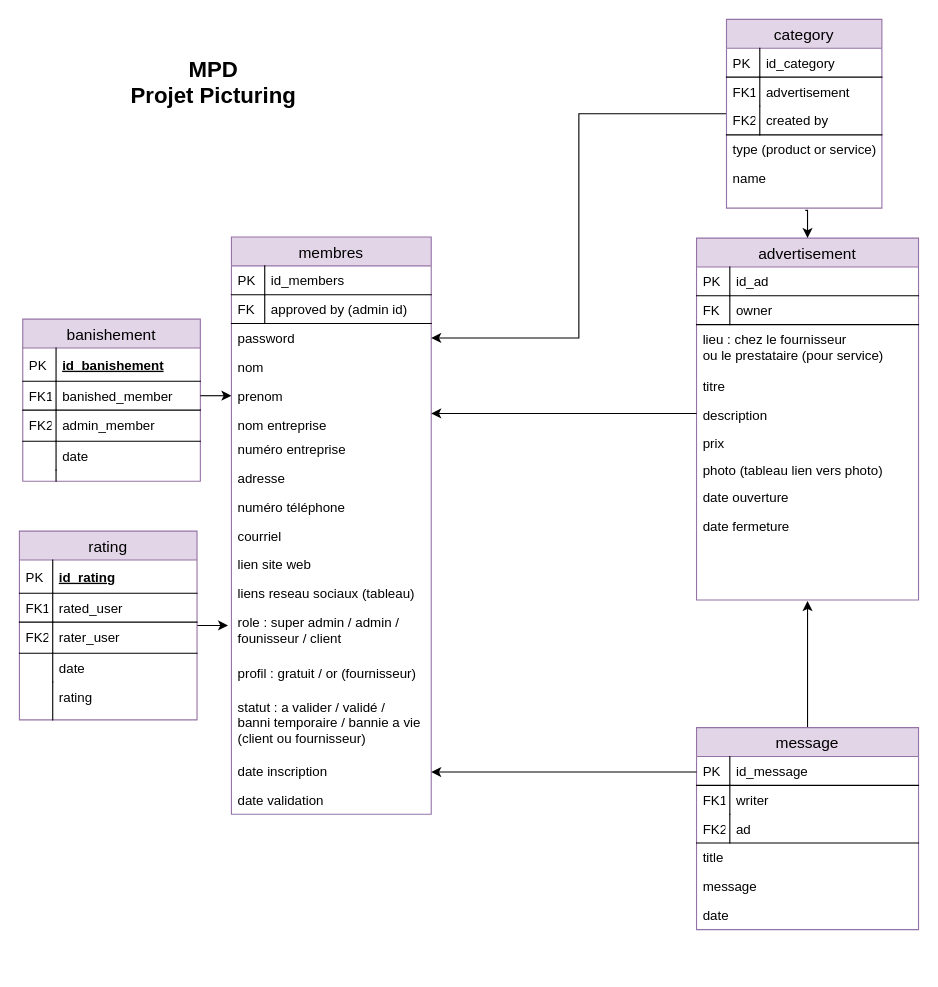
Above: fichiers_projet/database/mpd.drawio in Gazowski/projet_picturing (draw.io), before the change. Source tidied: cells renumbered, new cells numbered last; positions are measured from the earlier drawing's top-left corner, leaving out a move shared by most shapes. Both pictures are drawn from the tidied source at 111%, with x=0, y=0 at pixel (19, 19).
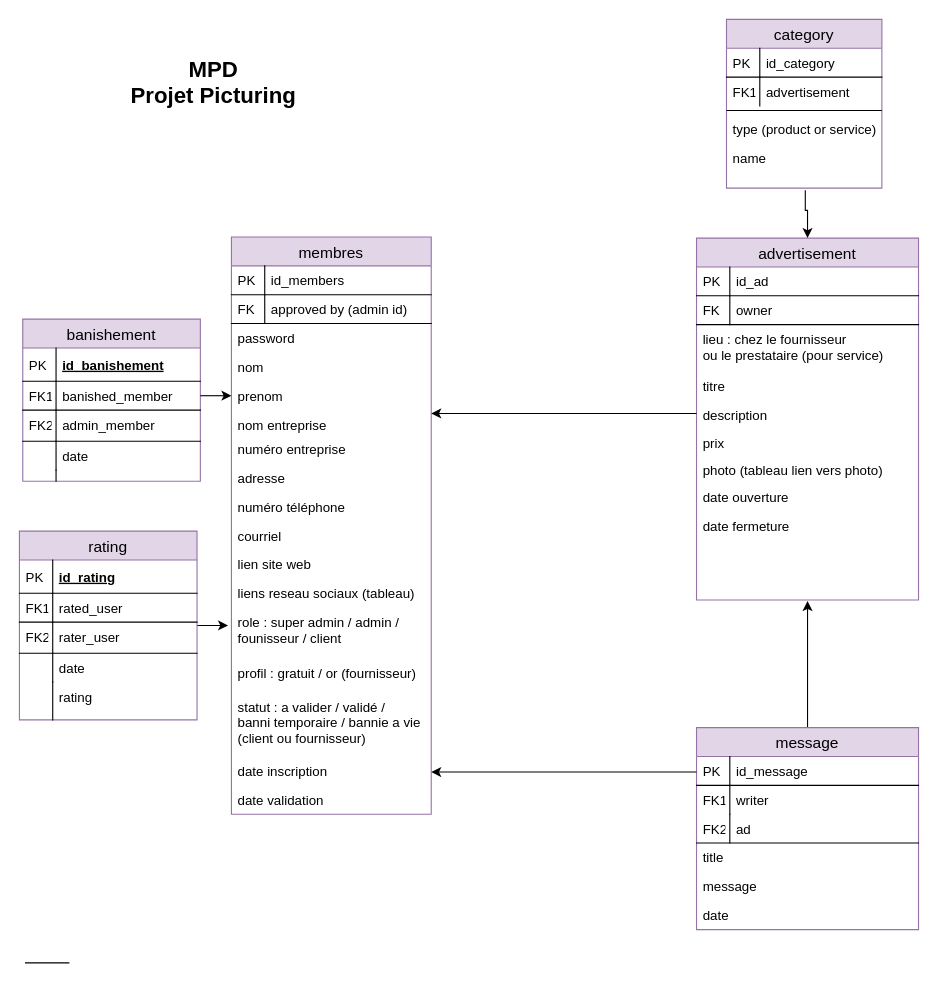
After the change.

The change refers to these unchanged cells:
```xml
<mxCell id="7" value="password" style="text;strokeColor=none;fillColor=none;align=left;verticalAlign=top;spacingLeft=4;spacingRight=4;overflow=hidden;points=[[0,0.5],[1,0.5]];portConstraint=eastwest;" parent="2" vertex="1">
  <mxGeometry y="78" width="180" height="26" as="geometry" />
</mxCell>
```

Change to the diagram source:
```diff
@@
-    <mxCell id="47" style="edgeStyle=orthogonalEdgeStyle;rounded=0;jettySize=auto;html=1;entryX=0;entryY=0.5;entryDx=0;entryDy=0;endArrow=none;endFill=0;startArrow=classic;startFill=1;" parent="1" edge="1" source="7" target="48">
-      <mxGeometry relative="1" as="geometry" />
-    </mxCell>
     <mxCell id="48" value="category" style="swimlane;fontStyle=0;horizontal=1;startSize=26;fillColor=#e1d5e7;strokeColor=#9673a6;fontSize=14;" parent="1" vertex="1">
-      <mxGeometry x="637" width="140" height="170" as="geometry" />
+      <mxGeometry x="637" width="140" height="152" as="geometry" />
     </mxCell>
@@
-    <mxCell id="53" value="created by" style="shape=partialRectangle;top=0;left=0;right=0;bottom=1;align=left;verticalAlign=top;fillColor=none;spacingLeft=34;spacingRight=4;overflow=hidden;fontSize=12;" parent="48" vertex="1">
-      <mxGeometry y="78" width="140" height="26" as="geometry" />
-    </mxCell>
-    <mxCell id="54" value="FK2" style="shape=partialRectangle;top=0;left=0;bottom=0;fillColor=none;align=left;verticalAlign=top;spacingLeft=4;spacingRight=4;overflow=hidden;fontSize=12;" parent="53" vertex="1">
-      <mxGeometry width="30" height="26" as="geometry" />
-    </mxCell>
+    <mxCell id="83" style="line;strokeWidth=1;fillColor=none;align=left;verticalAlign=middle;spacingTop=-1;spacingLeft=3;spacingRight=3;labelPosition=right;" parent="48" vertex="1">
+      <mxGeometry y="78" width="140" height="8" as="geometry" />
+    </mxCell>
     <mxCell id="55" value="type (product or service)" style="text;strokeColor=none;fillColor=none;align=left;verticalAlign=top;spacingLeft=4;spacingRight=4;overflow=hidden;" parent="48" vertex="1">
-      <mxGeometry y="104" width="140" height="26" as="geometry" />
+      <mxGeometry y="86" width="140" height="26" as="geometry" />
     </mxCell>
     <mxCell id="56" value="name" style="text;strokeColor=none;fillColor=none;align=left;verticalAlign=top;spacingLeft=4;spacingRight=4;overflow=hidden;points=[[0,0.5],[1,0.5]];portConstraint=eastwest;" parent="48" vertex="1">
-      <mxGeometry y="130" width="140" height="40" as="geometry" />
+      <mxGeometry y="112" width="140" height="40" as="geometry" />
     </mxCell>
@@
+    <mxCell id="84" style="line;strokeWidth=1;fillColor=none;align=left;verticalAlign=middle;spacingTop=-1;spacingLeft=3;spacingRight=3;labelPosition=right;" parent="1" vertex="1">
+      <mxGeometry x="5" y="846" width="40" height="8" as="geometry" />
+    </mxCell>
```
